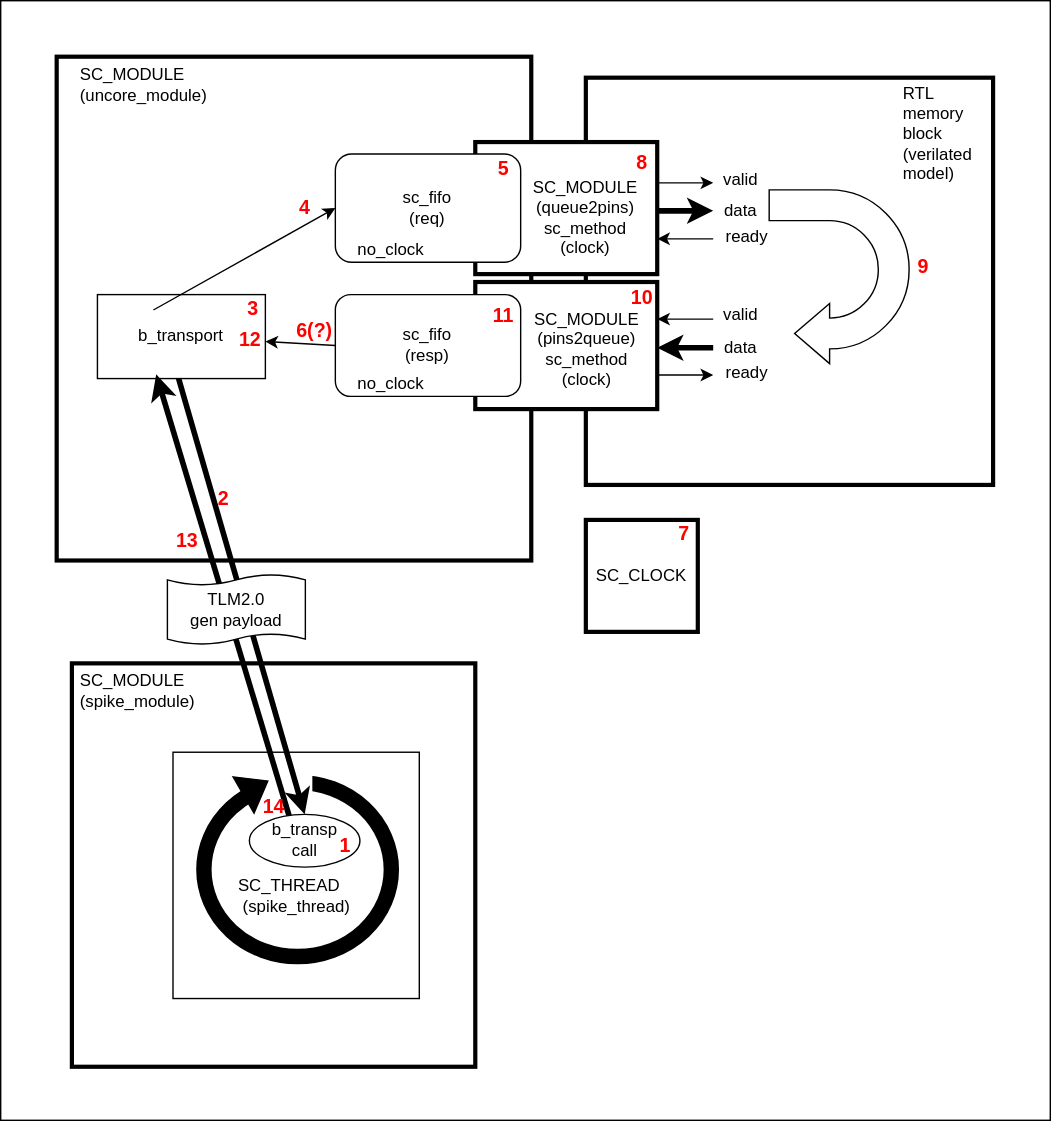
Earlier version of the draw.io export tlm2/spike_verilator_tlm2/media/Spike_TLM20.drawio.svg (v-efimov/systemc_practice). Source tidied: cells renumbered, new cells last; positions are measured from the earlier drawing's top-left corner, leaving out a move shared by most shapes.
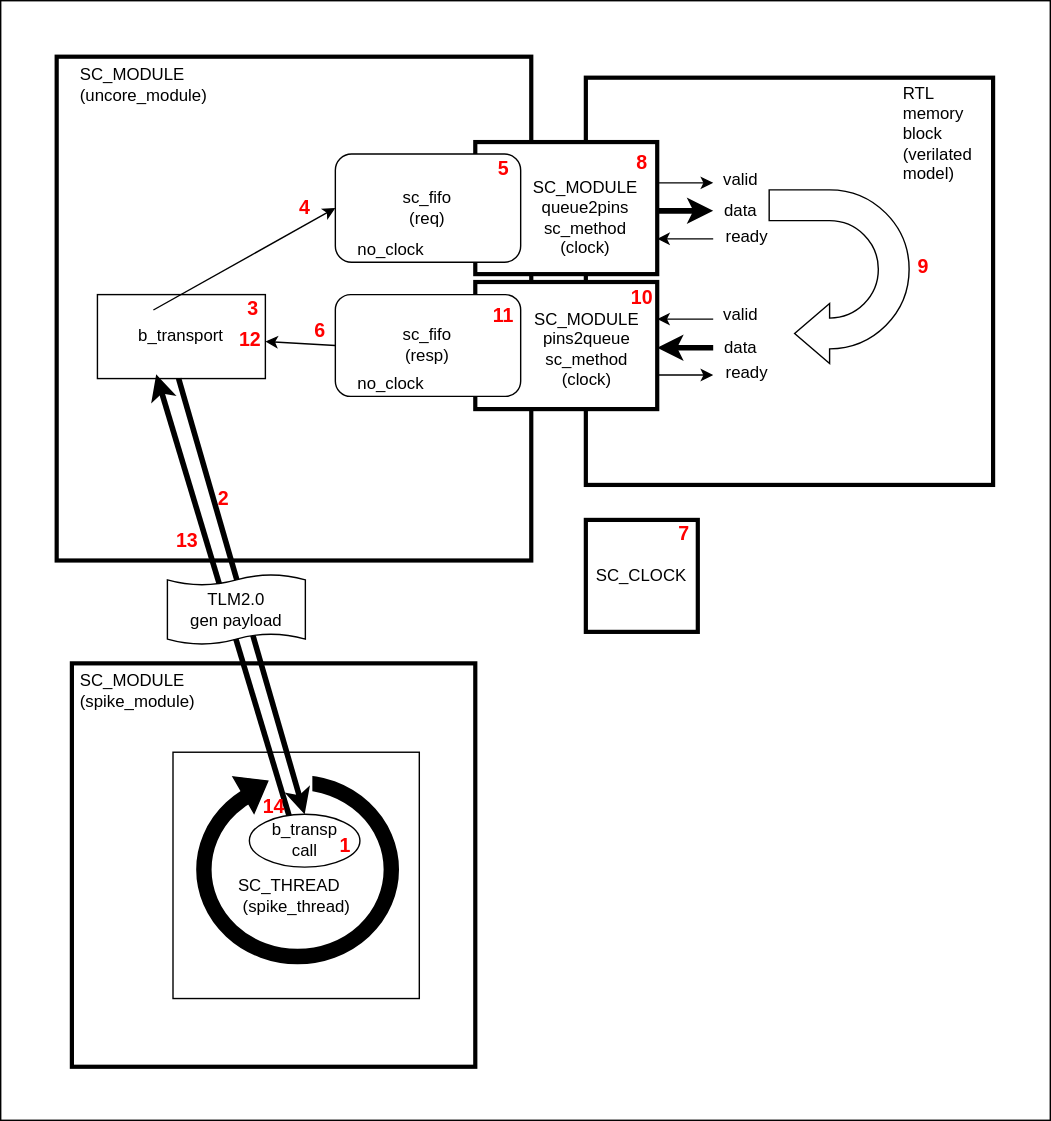
After the change.

Commit message:
Diagram replaced

Diff of the diagram source:
```diff
@@ -2,28 +2,25 @@
   <root>
     <mxCell id="0" />
     <mxCell id="1" parent="0" />
-    <mxCell id="2" style="rounded=0;whiteSpace=wrap;html=1;" parent="1" vertex="1">
-      <mxGeometry width="750" height="800" as="geometry" />
-    </mxCell>
     <mxCell id="3" style="rounded=0;whiteSpace=wrap;html=1;fillStyle=solid;fillColor=#FFFFFF;" parent="1" vertex="1">
       <mxGeometry width="750" height="800" as="geometry" />
     </mxCell>
-    <mxCell id="4" style="whiteSpace=wrap;html=1;strokeWidth=3;fillStyle=solid;fillColor=#FFFFFF;" parent="1" vertex="1">
+    <mxCell id="4" style="whiteSpace=wrap;html=1;strokeWidth=3;" parent="1" vertex="1">
       <mxGeometry x="418.1" y="55" width="291" height="291" as="geometry" />
     </mxCell>
-    <mxCell id="5" style="rounded=0;whiteSpace=wrap;html=1;strokeWidth=3;fillStyle=solid;fillColor=#FFFFFF;" parent="1" vertex="1">
+    <mxCell id="5" style="rounded=0;whiteSpace=wrap;html=1;strokeWidth=3;" parent="1" vertex="1">
       <mxGeometry x="40" y="40" width="339.1" height="360" as="geometry" />
     </mxCell>
-    <mxCell id="6" style="whiteSpace=wrap;html=1;strokeWidth=3;fillStyle=solid;fillColor=#FFFFFF;" parent="1" vertex="1">
+    <mxCell id="6" style="whiteSpace=wrap;html=1;strokeWidth=3;" parent="1" vertex="1">
       <mxGeometry x="50.9" y="473.5" width="288.2" height="288.2" as="geometry" />
     </mxCell>
-    <mxCell id="7" style="whiteSpace=wrap;html=1;fillStyle=solid;fillColor=#FFFFFF;" parent="1" vertex="1">
+    <mxCell id="7" style="whiteSpace=wrap;html=1;" parent="1" vertex="1">
       <mxGeometry x="123.1" y="537" width="176" height="176" as="geometry" />
     </mxCell>
-    <mxCell id="8" style="ellipse;whiteSpace=wrap;html=1;strokeWidth=11;fillStyle=solid;fillColor=#FFFFFF;" parent="1" vertex="1">
+    <mxCell id="8" style="ellipse;whiteSpace=wrap;html=1;strokeWidth=11;" parent="1" vertex="1">
       <mxGeometry x="145.2" y="558.6" width="133.9" height="124.4" as="geometry" />
     </mxCell>
-    <mxCell id="9" style="rounded=0;whiteSpace=wrap;html=1;rotation=0;strokeColor=none;fillStyle=solid;fillColor=#FFFFFF;" parent="1" vertex="1">
+    <mxCell id="9" style="rounded=0;whiteSpace=wrap;html=1;rotation=0;strokeColor=none;" parent="1" vertex="1">
       <mxGeometry x="177.7" y="544.6" width="45" height="30" as="geometry" />
     </mxCell>
     <mxCell id="10" style="triangle;whiteSpace=wrap;html=1;rotation=-30;fillColor=#000000;" parent="1" vertex="1">
@@ -38,7 +35,7 @@
     <mxCell id="13" value="SC_MODULE (uncore_module)" style="text;strokeColor=none;fillColor=none;align=left;verticalAlign=middle;spacingLeft=4;spacingRight=4;overflow=hidden;whiteSpace=wrap;html=1;" parent="1" vertex="1">
       <mxGeometry x="50.9" y="40" width="108.2" height="39.5" as="geometry" />
     </mxCell>
-    <mxCell id="14" value="b_transport" style="rounded=0;whiteSpace=wrap;html=1;fillStyle=solid;fillColor=#FFFFFF;" parent="1" vertex="1">
+    <mxCell id="14" value="b_transport" style="rounded=0;whiteSpace=wrap;html=1;" parent="1" vertex="1">
       <mxGeometry x="69.1" y="210" width="120" height="60" as="geometry" />
     </mxCell>
     <mxCell id="15" style="endArrow=classic;html=1;rounded=0;entryX=0.35;entryY=0.95;entryDx=0;entryDy=0;entryPerimeter=0;strokeWidth=4;exitX=0.378;exitY=0.158;exitDx=0;exitDy=0;exitPerimeter=0;" parent="1" edge="1" source="18" target="14">
@@ -49,22 +46,22 @@
         <mxPoint x="127.1" y="270" as="sourcePoint" />
       </mxGeometry>
     </mxCell>
-    <mxCell id="17" value="TLM2.0&lt;div&gt;gen payload&lt;/div&gt;" style="shape=tape;whiteSpace=wrap;html=1;size=0.15384615384615385;fillStyle=solid;fillColor=#FFFFFF;" parent="1" vertex="1">
+    <mxCell id="17" value="TLM2.0&lt;div&gt;gen payload&lt;/div&gt;" style="shape=tape;whiteSpace=wrap;html=1;size=0.15384615384615385;" parent="1" vertex="1">
       <mxGeometry x="119.1" y="410" width="98.6" height="50" as="geometry" />
     </mxCell>
-    <mxCell id="18" value="b_transp&lt;div&gt;call&lt;/div&gt;" style="ellipse;whiteSpace=wrap;html=1;strokeWidth=1;fillStyle=solid;fillColor=#FFFFFF;" parent="1" vertex="1">
+    <mxCell id="18" value="b_transp&lt;div&gt;call&lt;/div&gt;" style="ellipse;whiteSpace=wrap;html=1;strokeWidth=1;" parent="1" vertex="1">
       <mxGeometry x="177.7" y="581.4" width="79" height="37.8" as="geometry" />
     </mxCell>
-    <mxCell id="19" style="rounded=0;whiteSpace=wrap;html=1;strokeWidth=3;fillStyle=solid;fillColor=#FFFFFF;" parent="1" vertex="1">
+    <mxCell id="19" style="rounded=0;whiteSpace=wrap;html=1;strokeWidth=3;" parent="1" vertex="1">
       <mxGeometry x="339.1" y="101" width="130" height="94.4" as="geometry" />
     </mxCell>
-    <mxCell id="20" value="sc_fifo&lt;div&gt;(req)&lt;/div&gt;" style="rounded=1;whiteSpace=wrap;html=1;fillStyle=solid;fillColor=#FFFFFF;" parent="1" vertex="1">
+    <mxCell id="20" value="sc_fifo&lt;div&gt;(req)&lt;/div&gt;" style="rounded=1;whiteSpace=wrap;html=1;" parent="1" vertex="1">
       <mxGeometry x="239.1" y="109.5" width="132.4" height="77.4" as="geometry" />
     </mxCell>
-    <mxCell id="21" style="rounded=0;whiteSpace=wrap;html=1;strokeWidth=3;fillStyle=solid;fillColor=#FFFFFF;" parent="1" vertex="1">
+    <mxCell id="21" style="rounded=0;whiteSpace=wrap;html=1;strokeWidth=3;" parent="1" vertex="1">
       <mxGeometry x="339.1" y="201" width="130" height="90.8" as="geometry" />
     </mxCell>
-    <mxCell id="22" value="sc_fifo&lt;div&gt;(resp)&lt;/div&gt;" style="rounded=1;whiteSpace=wrap;html=1;fillStyle=solid;fillColor=#FFFFFF;" parent="1" vertex="1">
+    <mxCell id="22" value="sc_fifo&lt;div&gt;(resp)&lt;/div&gt;" style="rounded=1;whiteSpace=wrap;html=1;" parent="1" vertex="1">
       <mxGeometry x="239.1" y="210" width="132.4" height="72.8" as="geometry" />
     </mxCell>
     <mxCell id="23" style="endArrow=classic;html=1;rounded=0;entryX=0;entryY=0.5;entryDx=0;entryDy=0;" parent="1" edge="1" target="20">
@@ -78,7 +75,7 @@
     <mxCell id="25" value="RTL&lt;div&gt;memory block&lt;/div&gt;&lt;div&gt;(verilated&lt;/div&gt;&lt;div&gt;model)&lt;/div&gt;" style="text;strokeColor=none;fillColor=none;align=left;verticalAlign=middle;spacingLeft=4;spacingRight=4;overflow=hidden;whiteSpace=wrap;html=1;" parent="1" vertex="1">
       <mxGeometry x="639.1" y="55.2" width="80" height="80" as="geometry" />
     </mxCell>
-    <mxCell id="26" style="html=1;shadow=0;dashed=0;align=center;verticalAlign=middle;shape=mxgraph.arrows2.uTurnArrow;dy=11;arrowHead=43;dx2=25;rotation=-180;fillStyle=solid;fillColor=#FFFFFF;" parent="1" vertex="1">
+    <mxCell id="26" style="html=1;shadow=0;dashed=0;align=center;verticalAlign=middle;shape=mxgraph.arrows2.uTurnArrow;dy=11;arrowHead=43;dx2=25;rotation=-180;" parent="1" vertex="1">
       <mxGeometry x="549.1" y="135.2" width="100" height="124.2" as="geometry" />
     </mxCell>
     <mxCell id="27" style="endArrow=classic;html=1;rounded=0;" parent="1" edge="1">
@@ -141,13 +138,13 @@
     <mxCell id="40" value="no_clock" style="text;html=1;align=center;verticalAlign=middle;whiteSpace=wrap;rounded=0;" parent="1" vertex="1">
       <mxGeometry x="249.1" y="163.2" width="60" height="30" as="geometry" />
     </mxCell>
-    <mxCell id="41" value="&lt;div&gt;&lt;br&gt;&lt;/div&gt;SC_MODULE&lt;div&gt;(queue2pins)&lt;/div&gt;&lt;div&gt;sc_method&lt;/div&gt;&lt;div&gt;(clock)&lt;/div&gt;" style="text;html=1;align=center;verticalAlign=middle;whiteSpace=wrap;rounded=0;" parent="1" vertex="1">
+    <mxCell id="41" value="&lt;div&gt;&lt;br&gt;&lt;/div&gt;SC_MODULE&lt;div&gt;queue2pins&lt;/div&gt;&lt;div&gt;sc_method&lt;/div&gt;&lt;div&gt;(clock)&lt;/div&gt;" style="text;html=1;align=center;verticalAlign=middle;whiteSpace=wrap;rounded=0;" parent="1" vertex="1">
       <mxGeometry x="389.1" y="133.2" width="58" height="30" as="geometry" />
     </mxCell>
-    <mxCell id="42" value="&lt;div&gt;&lt;br&gt;&lt;/div&gt;SC_MODULE&lt;div&gt;(pins2queue)&lt;/div&gt;&lt;div&gt;sc_method&lt;/div&gt;&lt;div&gt;(clock)&lt;/div&gt;" style="text;html=1;align=center;verticalAlign=middle;whiteSpace=wrap;rounded=0;" parent="1" vertex="1">
+    <mxCell id="42" value="&lt;div&gt;&lt;br&gt;&lt;/div&gt;SC_MODULE&lt;div&gt;pins2queue&lt;/div&gt;&lt;div&gt;sc_method&lt;/div&gt;&lt;div&gt;(clock)&lt;/div&gt;" style="text;html=1;align=center;verticalAlign=middle;whiteSpace=wrap;rounded=0;" parent="1" vertex="1">
       <mxGeometry x="389.1" y="227.4" width="60" height="30" as="geometry" />
     </mxCell>
-    <mxCell id="43" value="SC_CLOCK" style="whiteSpace=wrap;html=1;strokeWidth=3;fillStyle=solid;fillColor=#FFFFFF;" parent="1" vertex="1">
+    <mxCell id="43" value="SC_CLOCK" style="whiteSpace=wrap;html=1;strokeWidth=3;" parent="1" vertex="1">
       <mxGeometry x="418.1" y="371" width="80" height="80" as="geometry" />
     </mxCell>
     <mxCell id="44" value="&lt;font&gt;1&lt;/font&gt;" style="text;html=1;align=center;verticalAlign=middle;whiteSpace=wrap;rounded=0;strokeWidth=1;fontColor=light-dark(#ff0000, #ededed);fontSize=14;fontStyle=1;" parent="1" vertex="1">
@@ -162,8 +159,8 @@
     <mxCell id="47" value="&lt;font&gt;4&lt;/font&gt;" style="text;html=1;align=center;verticalAlign=middle;whiteSpace=wrap;rounded=0;strokeWidth=1;fontColor=light-dark(#ff0000, #ededed);fontSize=14;fontStyle=1;" parent="1" vertex="1">
       <mxGeometry x="207.3" y="133.2" width="21" height="30" as="geometry" />
     </mxCell>
-    <mxCell id="48" value="&lt;font&gt;6(?)&lt;/font&gt;" style="text;html=1;align=center;verticalAlign=middle;whiteSpace=wrap;rounded=0;strokeWidth=1;fontColor=light-dark(#ff0000, #ededed);fontSize=14;fontStyle=1;" parent="1" vertex="1">
-      <mxGeometry x="210" y="221.1" width="28.7" height="30" as="geometry" />
+    <mxCell id="48" value="&lt;font&gt;6&lt;/font&gt;" style="text;html=1;align=center;verticalAlign=middle;whiteSpace=wrap;rounded=0;strokeWidth=1;fontColor=light-dark(#ff0000, #ededed);fontSize=14;fontStyle=1;" parent="1" vertex="1">
+      <mxGeometry x="217.7" y="221.1" width="21" height="30" as="geometry" />
     </mxCell>
     <mxCell id="49" value="&lt;font&gt;7&lt;/font&gt;" style="text;html=1;align=center;verticalAlign=middle;whiteSpace=wrap;rounded=0;strokeWidth=1;fontColor=light-dark(#ff0000, #ededed);fontSize=14;fontStyle=1;" parent="1" vertex="1">
       <mxGeometry x="478.1" y="366" width="21" height="30" as="geometry" />
```
